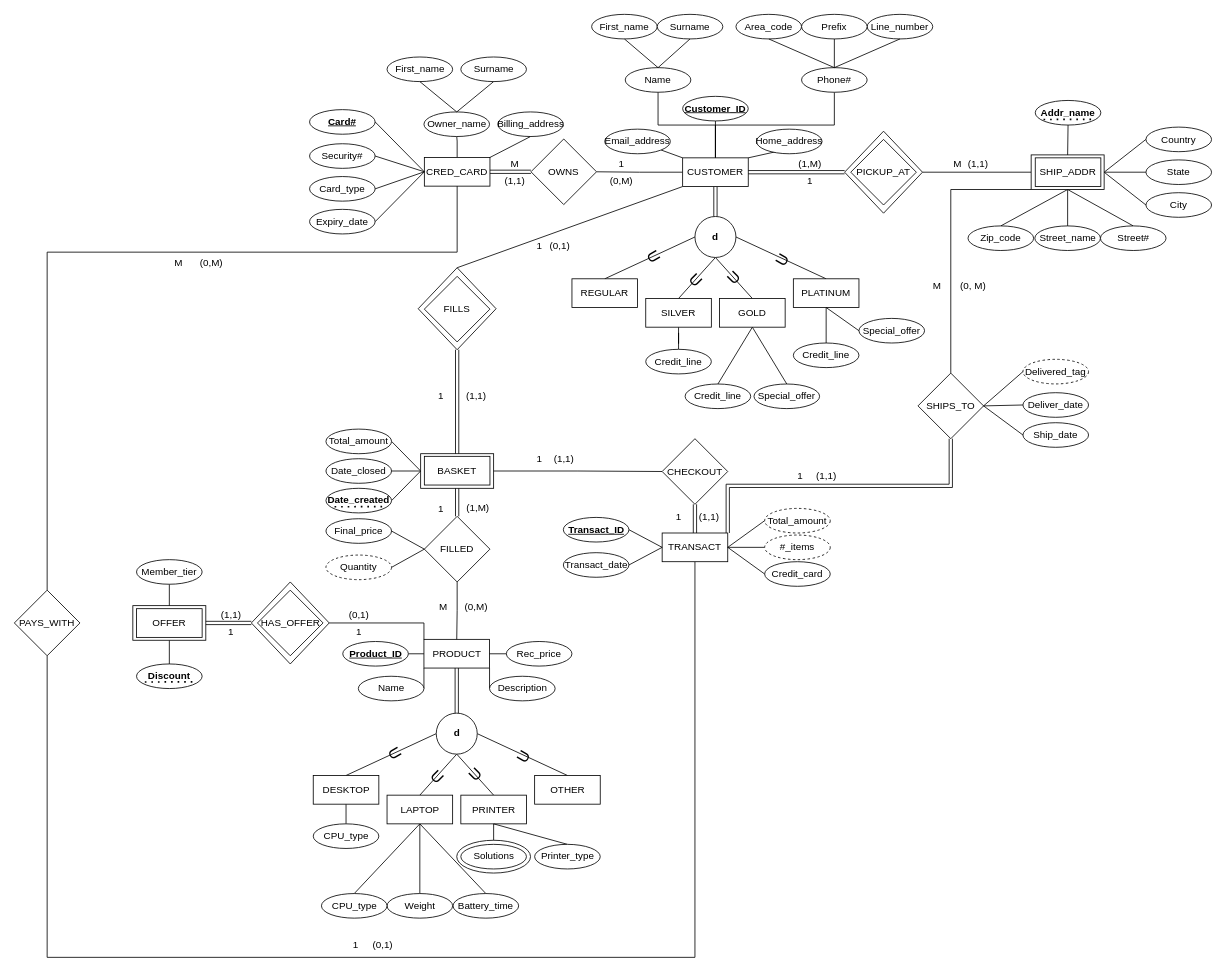
The draw.io diagram Project-Deliverable-1.drawio in RyBres/Database-Project, before the edit. Source tidied: cells renumbered, new cells numbered last; positions are measured from the earlier drawing's top-left corner, leaving out a move shared by most shapes. Both pictures are drawn from the tidied source at 82%, with x=0, y=0 at pixel (14, 14).
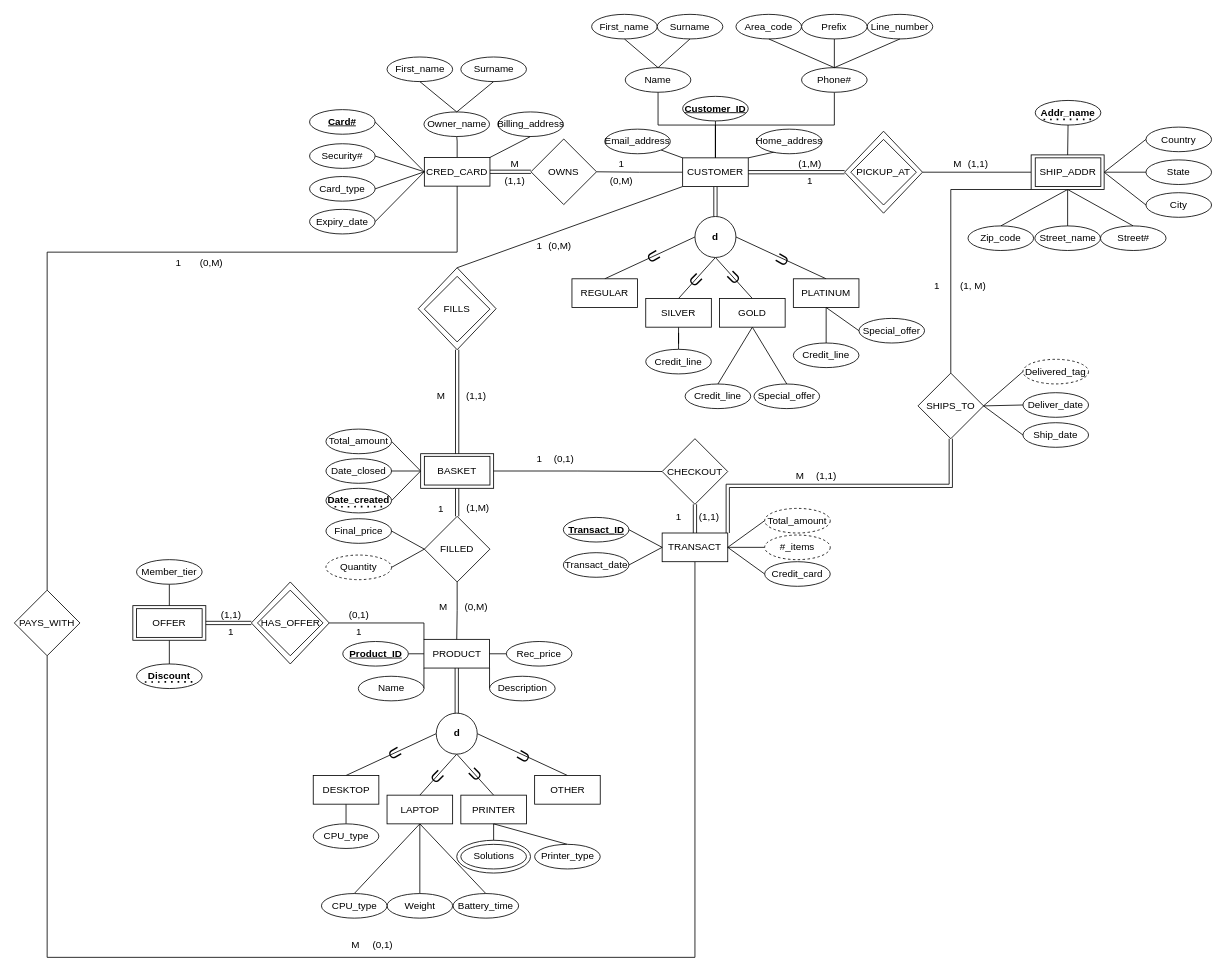
The same diagram, later.

Change to the diagram source:
```diff
@@
-    <mxCell id="139" value="(0, M)" style="text;html=1;align=center;verticalAlign=middle;strokeColor=none;fillColor=none;" parent="1" vertex="1">
+    <mxCell id="139" value="(1, M)" style="text;html=1;align=center;verticalAlign=middle;strokeColor=none;fillColor=none;" parent="1" vertex="1">
       <mxGeometry x="1144" y="316.5" width="50" height="30" as="geometry" />
     </mxCell>
@@
-    <mxCell id="141" value="(0,1)" style="text;html=1;align=center;verticalAlign=middle;strokeColor=none;fillColor=none;" parent="1" vertex="1">
+    <mxCell id="141" value="(0,M)" style="text;html=1;align=center;verticalAlign=middle;strokeColor=none;fillColor=none;" parent="1" vertex="1">
       <mxGeometry x="640" y="267.8" width="50" height="30" as="geometry" />
     </mxCell>
-    <mxCell id="142" value="(1,1)" style="text;html=1;align=center;verticalAlign=middle;strokeColor=none;fillColor=none;" parent="1" vertex="1">
+    <mxCell id="142" value="(0,1)" style="text;html=1;align=center;verticalAlign=middle;strokeColor=none;fillColor=none;" parent="1" vertex="1">
       <mxGeometry x="645" y="528" width="50" height="30" as="geometry" />
     </mxCell>
@@
-    <mxCell id="155" value="1" style="text;html=1;align=center;verticalAlign=middle;strokeColor=none;fillColor=none;" parent="1" vertex="1">
+    <mxCell id="155" value="M" style="text;html=1;align=center;verticalAlign=middle;strokeColor=none;fillColor=none;" parent="1" vertex="1">
       <mxGeometry x="943" y="548" width="30" height="30" as="geometry" />
     </mxCell>
-    <mxCell id="156" value="M" style="text;html=1;align=center;verticalAlign=middle;strokeColor=none;fillColor=none;" parent="1" vertex="1">
+    <mxCell id="156" value="1" style="text;html=1;align=center;verticalAlign=middle;strokeColor=none;fillColor=none;" parent="1" vertex="1">
       <mxGeometry x="1110" y="316.5" width="30" height="30" as="geometry" />
     </mxCell>
-    <mxCell id="157" value="1" style="text;html=1;align=center;verticalAlign=middle;strokeColor=none;fillColor=none;" parent="1" vertex="1">
+    <mxCell id="157" value="M" style="text;html=1;align=center;verticalAlign=middle;strokeColor=none;fillColor=none;" parent="1" vertex="1">
       <mxGeometry x="400.5" y="1120" width="30" height="30" as="geometry" />
     </mxCell>
-    <mxCell id="158" value="M" style="text;html=1;align=center;verticalAlign=middle;strokeColor=none;fillColor=none;" parent="1" vertex="1">
+    <mxCell id="158" value="1" style="text;html=1;align=center;verticalAlign=middle;strokeColor=none;fillColor=none;" parent="1" vertex="1">
       <mxGeometry x="185" y="288" width="30" height="30" as="geometry" />
     </mxCell>
@@
-    <mxCell id="161" value="1" style="text;html=1;align=center;verticalAlign=middle;strokeColor=none;fillColor=none;" parent="1" vertex="1">
+    <mxCell id="161" value="M" style="text;html=1;align=center;verticalAlign=middle;strokeColor=none;fillColor=none;" parent="1" vertex="1">
       <mxGeometry x="504.5" y="450.8" width="30" height="30" as="geometry" />
     </mxCell>
```
